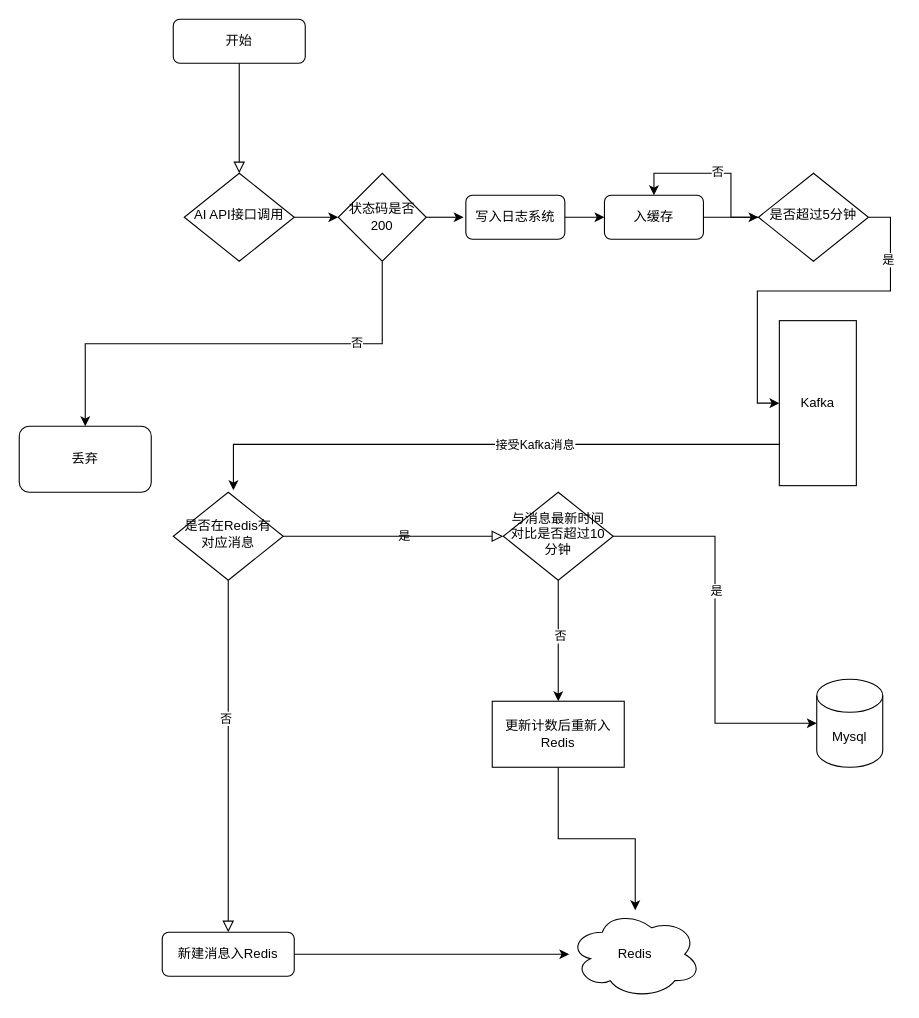
Before: motionreduce.drawio in lingpengzhou/diagrams.io, a draw.io diagram. Source tidied: cells renumbered, new cells numbered last; positions are measured from the earlier drawing's top-left corner, leaving out a move shared by most shapes. Both pictures are drawn from the tidied source at 110%, with x=0, y=0 at pixel (19, 19).
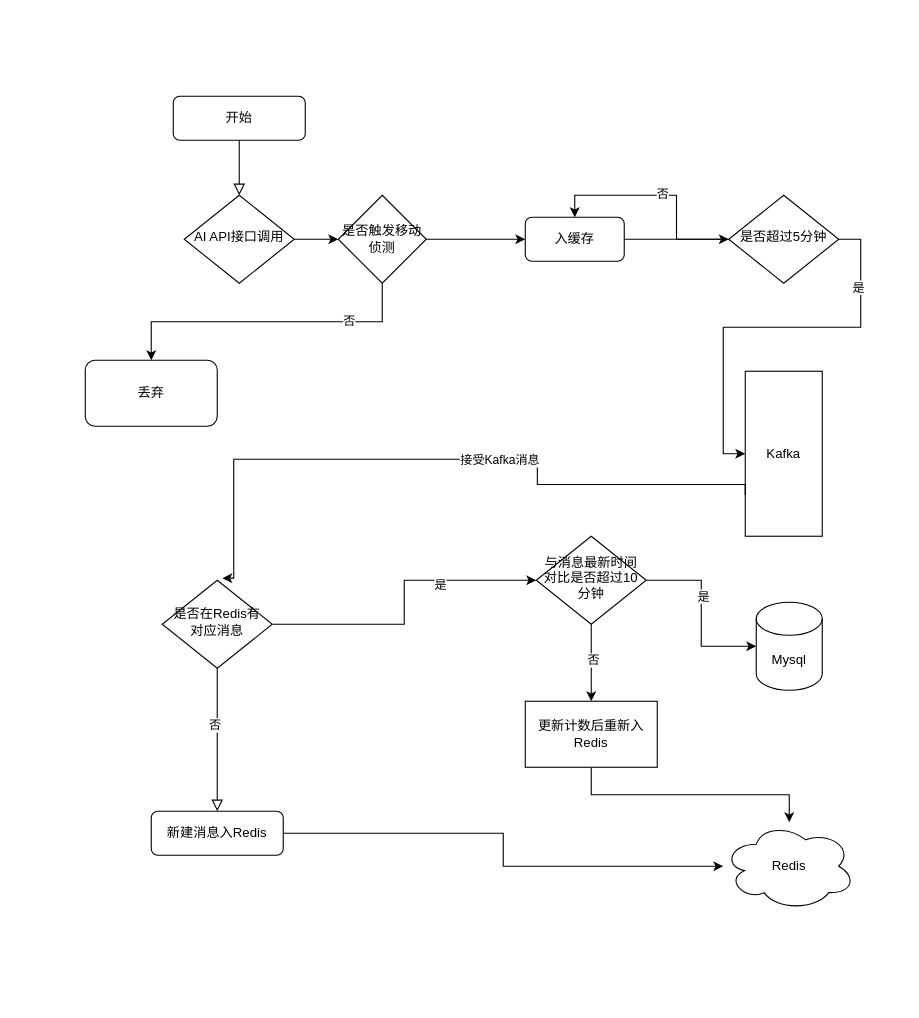
After the change.

Change to the diagram source:
```diff
@@
     <mxCell id="3" value="开始" style="rounded=1;whiteSpace=wrap;html=1;fontSize=12;glass=0;strokeWidth=1;shadow=0;" parent="1" vertex="1">
-      <mxGeometry x="140" width="120" height="40" as="geometry" />
+      <mxGeometry x="140" y="70" width="120" height="40" as="geometry" />
     </mxCell>
@@
     <mxCell id="5" value="AI API接口调用" style="rhombus;whiteSpace=wrap;html=1;shadow=0;fontFamily=Helvetica;fontSize=12;align=center;strokeWidth=1;spacing=6;spacingTop=-4;" parent="1" vertex="1">
-      <mxGeometry x="150" y="140" width="100" height="80" as="geometry" />
+      <mxGeometry x="150" y="160" width="100" height="80" as="geometry" />
     </mxCell>
@@
     <mxCell id="7" value="入缓存" style="rounded=1;whiteSpace=wrap;html=1;fontSize=12;glass=0;strokeWidth=1;shadow=0;" parent="1" vertex="1">
-      <mxGeometry x="532" y="160" width="90" height="40" as="geometry" />
+      <mxGeometry x="460" y="180" width="90" height="40" as="geometry" />
     </mxCell>
@@
+    <mxCell id="38" style="edgeStyle=orthogonalEdgeStyle;rounded=0;jettySize=auto;html=1;exitX=1;exitY=0.5;exitDx=0;exitDy=0;entryX=0;entryY=0.5;entryDx=0;entryDy=0;" parent="1" edge="1" source="11" target="25">
+      <mxGeometry relative="1" as="geometry" />
+    </mxCell>
-    <mxCell id="10" value="是" style="edgeStyle=orthogonalEdgeStyle;rounded=0;html=1;jettySize=auto;fontSize=11;endArrow=block;endFill=0;endSize=8;strokeWidth=1;shadow=0;labelBackgroundColor=none;" parent="1" edge="1" source="11">
-      <mxGeometry y="10" relative="1" as="geometry">
-        <mxPoint x="440" y="470" as="targetPoint" />
-      </mxGeometry>
+    <mxCell id="10" value="是" style="edgeLabel;html=1;align=center;verticalAlign=middle;" parent="38" vertex="1">
+      <mxGeometry x="0.37" y="-3" relative="1" as="geometry" />
     </mxCell>
     <mxCell id="11" value="是否在Redis有对应消息" style="rhombus;whiteSpace=wrap;html=1;shadow=0;fontFamily=Helvetica;fontSize=12;align=center;strokeWidth=1;spacing=6;spacingTop=-4;" parent="1" vertex="1">
-      <mxGeometry x="140" y="430" width="100" height="80" as="geometry" />
+      <mxGeometry x="130" y="510" width="100" height="80" as="geometry" />
     </mxCell>
@@
     <mxCell id="13" value="新建消息入Redis" style="rounded=1;whiteSpace=wrap;html=1;fontSize=12;glass=0;strokeWidth=1;shadow=0;" parent="1" vertex="1">
-      <mxGeometry x="130" y="830" width="120" height="40" as="geometry" />
+      <mxGeometry x="120" y="720" width="120" height="40" as="geometry" />
     </mxCell>
@@
     <mxCell id="18" value="是否超过5分钟" style="rhombus;whiteSpace=wrap;html=1;shadow=0;fontFamily=Helvetica;fontSize=12;align=center;strokeWidth=1;spacing=6;spacingTop=-4;" parent="1" vertex="1">
-      <mxGeometry x="672" y="140" width="100" height="80" as="geometry" />
+      <mxGeometry x="645" y="160" width="100" height="80" as="geometry" />
     </mxCell>
     <mxCell id="19" value="Kafka" style="rounded=0;whiteSpace=wrap;html=1;" parent="1" vertex="1">
-      <mxGeometry x="691" y="274" width="70" height="150" as="geometry" />
+      <mxGeometry x="660" y="320" width="70" height="150" as="geometry" />
     </mxCell>
     <mxCell id="20" value="Redis" style="ellipse;shape=cloud;whiteSpace=wrap;html=1;" parent="1" vertex="1">
-      <mxGeometry x="500" y="810" width="120" height="80" as="geometry" />
+      <mxGeometry x="640" y="730" width="120" height="80" as="geometry" />
     </mxCell>
     <mxCell id="21" style="edgeStyle=orthogonalEdgeStyle;rounded=0;jettySize=auto;html=1;exitX=0;exitY=0.75;exitDx=0;exitDy=0;entryX=0.547;entryY=-0.024;entryDx=0;entryDy=0;entryPerimeter=0;" parent="1" edge="1" source="19" target="11">
-      <mxGeometry relative="1" as="geometry" />
+      <mxGeometry relative="1" as="geometry">
+        <Array as="points">
+          <mxPoint x="471" y="423" />
+          <mxPoint x="471" y="400" />
+          <mxPoint x="195" y="400" />
+        </Array>
+      </mxGeometry>
     </mxCell>
@@
     <mxCell id="25" value="与消息最新时间对比是否超过10分钟" style="rhombus;whiteSpace=wrap;html=1;shadow=0;fontFamily=Helvetica;fontSize=12;align=center;strokeWidth=1;spacing=6;spacingTop=-4;" parent="1" vertex="1">
-      <mxGeometry x="440" y="430" width="100" height="80" as="geometry" />
+      <mxGeometry x="470" y="470" width="100" height="80" as="geometry" />
     </mxCell>
     <mxCell id="26" value="Mysql" style="shape=cylinder3;whiteSpace=wrap;html=1;boundedLbl=1;backgroundOutline=1;size=15;" parent="1" vertex="1">
-      <mxGeometry x="725" y="600" width="60" height="80" as="geometry" />
+      <mxGeometry x="670" y="530" width="60" height="80" as="geometry" />
     </mxCell>
@@
     <mxCell id="30" value="更新计数后重新入Redis" style="rounded=0;whiteSpace=wrap;html=1;" parent="1" vertex="1">
-      <mxGeometry x="430" y="620" width="120" height="60" as="geometry" />
+      <mxGeometry x="460" y="620" width="120" height="60" as="geometry" />
     </mxCell>
@@
-    <mxCell id="33" style="edgeStyle=orthogonalEdgeStyle;rounded=0;jettySize=auto;html=1;exitX=1;exitY=0.5;exitDx=0;exitDy=0;" parent="1" edge="1" source="34">
-      <mxGeometry relative="1" as="geometry">
-        <mxPoint x="404" y="180" as="targetPoint" />
-      </mxGeometry>
-    </mxCell>
+    <mxCell id="39" style="edgeStyle=orthogonalEdgeStyle;rounded=0;jettySize=auto;html=1;exitX=1;exitY=0.5;exitDx=0;exitDy=0;" parent="1" edge="1" source="34" target="7">
+      <mxGeometry relative="1" as="geometry" />
+    </mxCell>
-    <mxCell id="34" value="状态码是否200" style="rhombus;whiteSpace=wrap;html=1;" parent="1" vertex="1">
-      <mxGeometry x="290" y="140" width="80" height="80" as="geometry" />
+    <mxCell id="34" value="是否触发移动侦测" style="rhombus;whiteSpace=wrap;html=1;" parent="1" vertex="1">
+      <mxGeometry x="290" y="160" width="80" height="80" as="geometry" />
     </mxCell>
     <mxCell id="35" value="丢弃" style="rounded=1;whiteSpace=wrap;html=1;" parent="1" vertex="1">
-      <mxGeometry y="370" width="120" height="60" as="geometry" />
+      <mxGeometry x="60" y="310" width="120" height="60" as="geometry" />
     </mxCell>
-    <mxCell id="36" style="edgeStyle=orthogonalEdgeStyle;rounded=0;jettySize=auto;html=1;entryX=0;entryY=0.5;entryDx=0;entryDy=0;" parent="1" edge="1" source="37" target="7">
-      <mxGeometry relative="1" as="geometry" />
-    </mxCell>
-    <mxCell id="37" value="写入日志系统" style="rounded=1;whiteSpace=wrap;html=1;fontSize=12;glass=0;strokeWidth=1;shadow=0;" parent="1" vertex="1">
-      <mxGeometry x="406" y="160" width="90" height="40" as="geometry" />
-    </mxCell>
```
